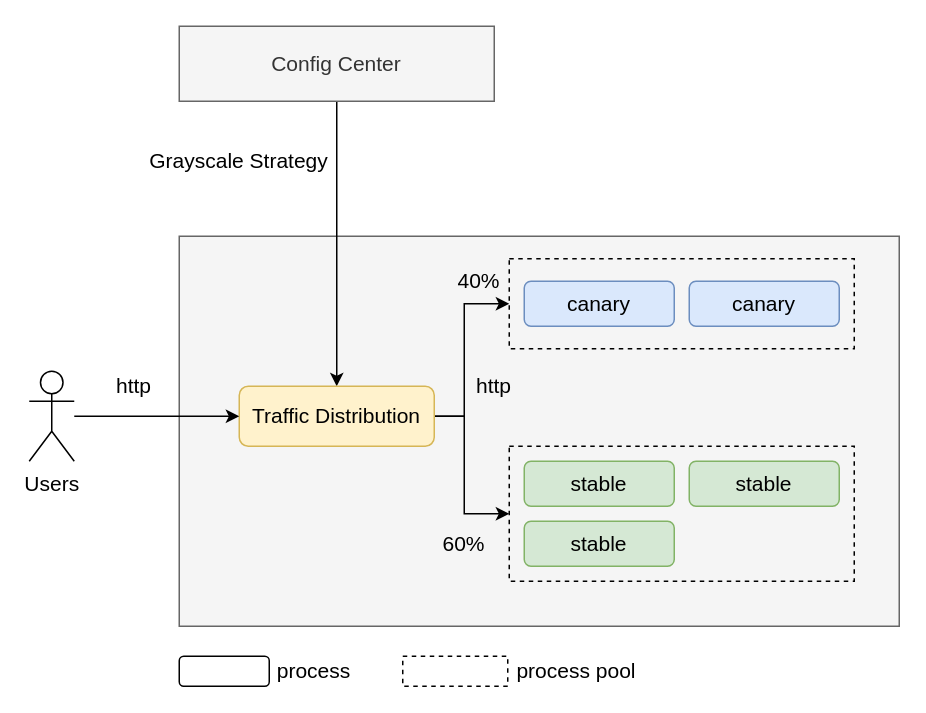
This is page "第 4 页" (4 of 8) of source/_posts/nodejs-grayscale/grayscale.drawio from ParadeTo/blog, a draw.io file, before an edit. Source tidied: cells renumbered, new cells numbered last; positions are measured from the earlier drawing's top-left corner, leaving out a move shared by most shapes. Both pictures are drawn from the tidied source at 150%, with x=0, y=0 at pixel (28, 26).
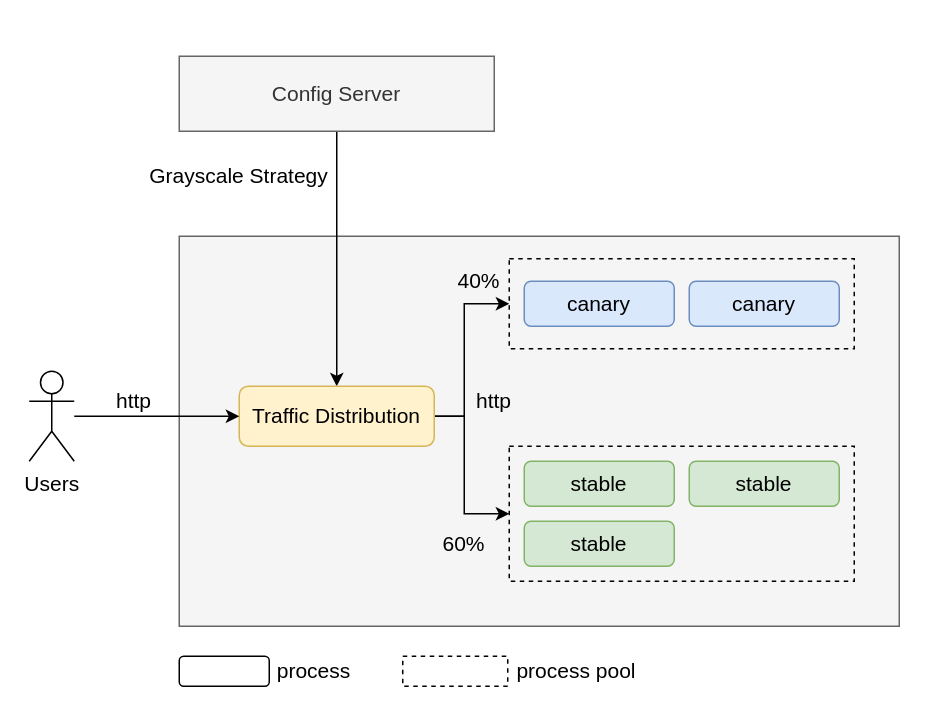
The same diagram, later.

What changed in the source:
```diff
@@
-    <mxCell id="4" value="Config Center" style="rounded=0;whiteSpace=wrap;html=1;fillColor=#f5f5f5;strokeColor=#666666;fontSize=14;fontColor=#333333;fontFamily=Monoca;" parent="1" vertex="1">
-      <mxGeometry x="100" width="210" height="50" as="geometry" />
+    <mxCell id="4" value="Config Server" style="rounded=0;whiteSpace=wrap;html=1;fillColor=#f5f5f5;strokeColor=#666666;fontSize=14;fontColor=#333333;fontFamily=Monoca;" parent="1" vertex="1">
+      <mxGeometry x="100" y="20" width="210" height="50" as="geometry" />
     </mxCell>
@@
     <mxCell id="12" value="Grayscale Strategy" style="text;html=1;strokeColor=none;fillColor=none;align=center;verticalAlign=middle;whiteSpace=wrap;rounded=0;fontSize=14;fontFamily=Monoca;fontStyle=0;" parent="1" vertex="1">
-      <mxGeometry x="70" y="80" width="140" height="20" as="geometry" />
+      <mxGeometry x="70" y="90" width="140" height="20" as="geometry" />
     </mxCell>
@@
     <mxCell id="22" value="http" style="text;html=1;strokeColor=none;fillColor=none;align=center;verticalAlign=middle;whiteSpace=wrap;rounded=0;fontFamily=Monoca;fontStyle=0;fontSize=14;" parent="1" vertex="1">
-      <mxGeometry x="50" y="230" width="40" height="20" as="geometry" />
+      <mxGeometry x="50" y="240" width="40" height="20" as="geometry" />
     </mxCell>
     <mxCell id="23" value="http" style="text;html=1;strokeColor=none;fillColor=none;align=center;verticalAlign=middle;whiteSpace=wrap;rounded=0;fontFamily=Monoca;fontStyle=0;fontSize=14;" parent="1" vertex="1">
-      <mxGeometry x="290" y="230" width="40" height="20" as="geometry" />
+      <mxGeometry x="290" y="240" width="40" height="20" as="geometry" />
     </mxCell>
```
